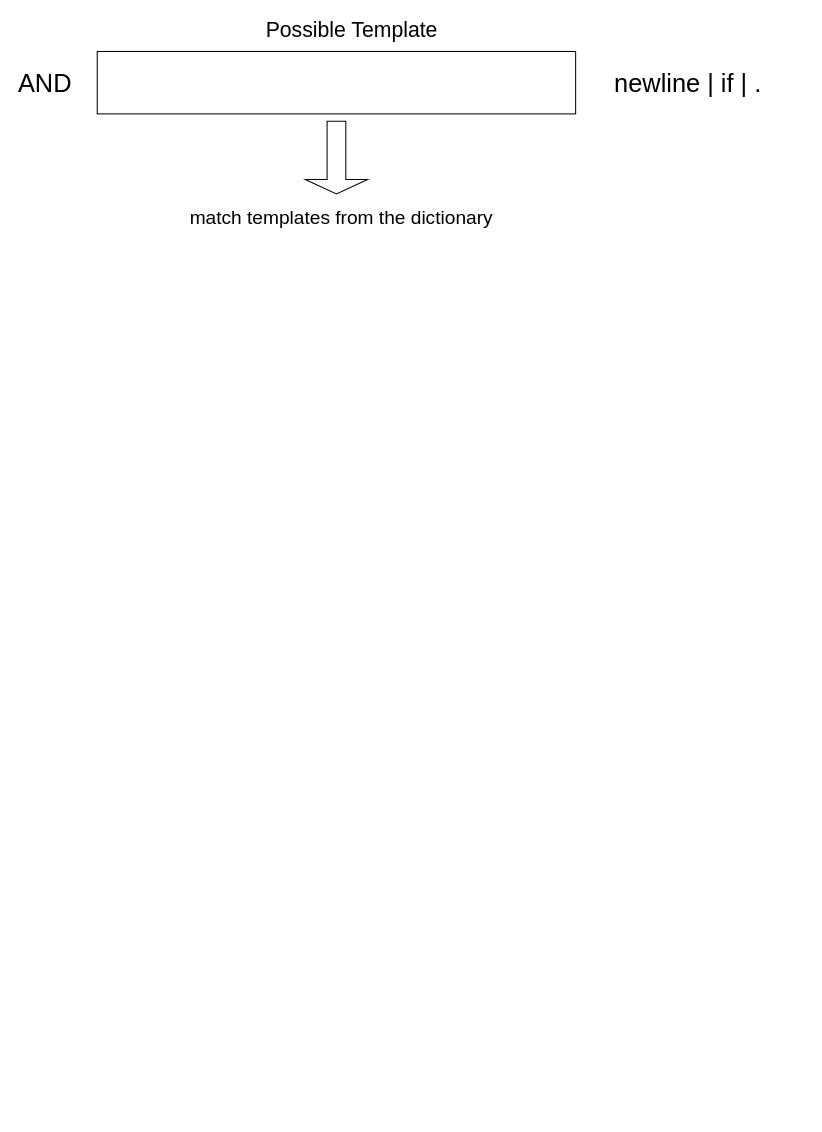
Before: evolution-of-LE.drawio in jacintodavila/logicacomputacional, a draw.io diagram. Source tidied: cells renumbered, new cells numbered last; positions are measured from the earlier drawing's top-left corner, leaving out a move shared by most shapes. Both pictures are drawn from the tidied source at 104%, with x=0, y=0 at pixel (24, 20).
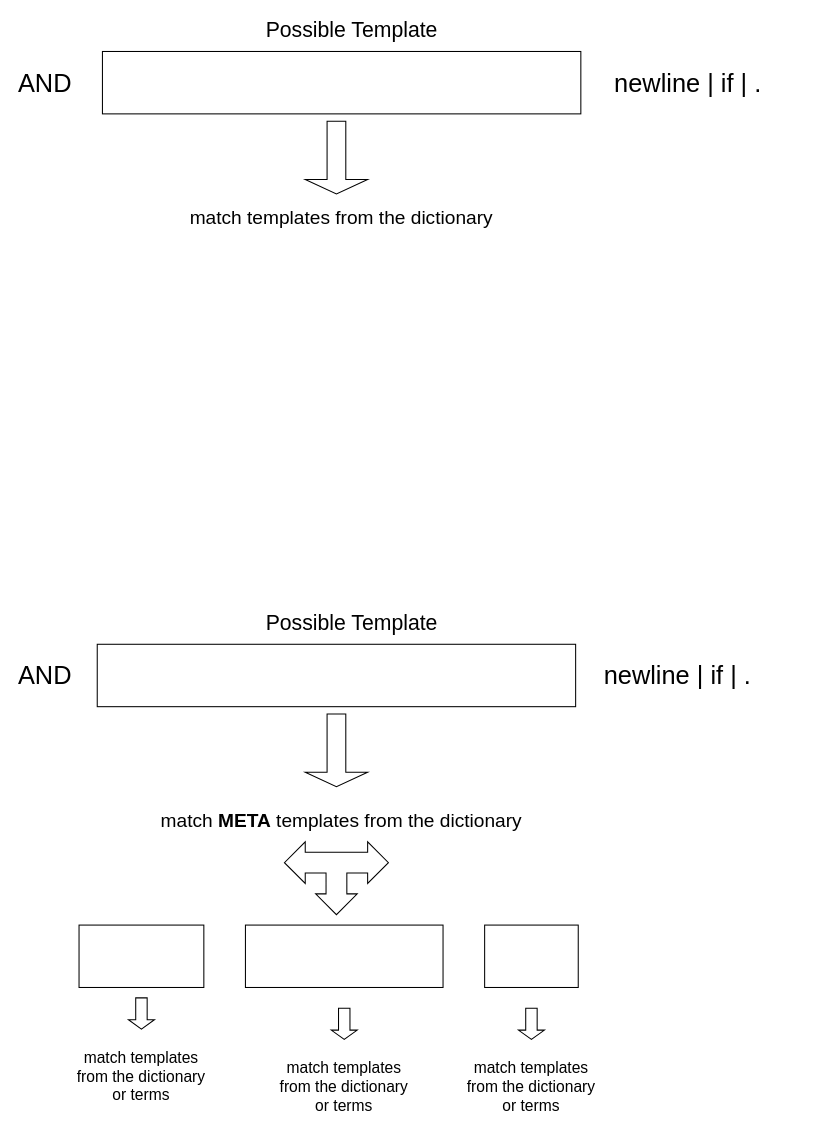
Above is the later version.

The edit, as a diff of the source:
```diff
@@
     <mxCell id="3" style="rounded=0;whiteSpace=wrap;html=1;" parent="1" vertex="1">
-      <mxGeometry x="70" y="30" width="460" height="60" as="geometry" />
+      <mxGeometry x="75" y="30" width="460" height="60" as="geometry" />
     </mxCell>
@@
+    <mxCell id="8" value="&lt;div style=&quot;font-size: 24.4px&quot;&gt;&lt;font style=&quot;font-size: 24.4px&quot;&gt;AND&lt;/font&gt;&lt;/div&gt;" style="text;html=1;strokeColor=none;fillColor=none;align=center;verticalAlign=middle;whiteSpace=wrap;rounded=0;" parent="1" vertex="1">
+      <mxGeometry y="620" width="40" height="20" as="geometry" />
+    </mxCell>
+    <mxCell id="9" style="rounded=0;whiteSpace=wrap;html=1;" parent="1" vertex="1">
+      <mxGeometry x="70" y="600" width="460" height="60" as="geometry" />
+    </mxCell>
+    <mxCell id="10" value="&lt;font style=&quot;font-size: 20.4px&quot;&gt;Possible Template&lt;/font&gt;" style="text;html=1;strokeColor=none;fillColor=none;align=center;verticalAlign=middle;whiteSpace=wrap;rounded=0;" parent="1" vertex="1">
+      <mxGeometry x="150" y="570" width="330" height="20" as="geometry" />
+    </mxCell>
+    <mxCell id="11" value="&lt;font style=&quot;font-size: 24.4px&quot;&gt;newline | if | . &amp;nbsp; &lt;/font&gt;" style="text;html=1;strokeColor=none;fillColor=none;align=center;verticalAlign=middle;whiteSpace=wrap;rounded=0;" parent="1" vertex="1">
+      <mxGeometry x="530" y="620" width="210" height="20" as="geometry" />
+    </mxCell>
+    <mxCell id="12" value="&lt;div style=&quot;font-size: 18.4px&quot;&gt;&lt;font style=&quot;font-size: 18.4px&quot;&gt;match &lt;b&gt;META&lt;/b&gt; templates from the dictionary&lt;/font&gt;&lt;/div&gt;" style="text;html=1;strokeColor=none;fillColor=none;align=center;verticalAlign=middle;whiteSpace=wrap;rounded=0;" parent="1" vertex="1">
+      <mxGeometry x="85" y="760" width="440" height="20" as="geometry" />
+    </mxCell>
+    <mxCell id="13" style="shape=singleArrow;direction=south;whiteSpace=wrap;html=1;" parent="1" vertex="1">
+      <mxGeometry x="270" y="667" width="60" height="70" as="geometry" />
+    </mxCell>
+    <mxCell id="14" style="rounded=0;whiteSpace=wrap;html=1;" parent="1" vertex="1">
+      <mxGeometry x="52.5" y="870" width="120" height="60" as="geometry" />
+    </mxCell>
+    <mxCell id="15" style="rounded=0;whiteSpace=wrap;html=1;" parent="1" vertex="1">
+      <mxGeometry x="212.5" y="870" width="190" height="60" as="geometry" />
+    </mxCell>
+    <mxCell id="16" style="rounded=0;whiteSpace=wrap;html=1;" parent="1" vertex="1">
+      <mxGeometry x="442.5" y="870" width="90" height="60" as="geometry" />
+    </mxCell>
+    <mxCell id="17" value="&lt;div style=&quot;font-size: 15px&quot;&gt;&lt;font style=&quot;font-size: 15px&quot;&gt;match templates from the dictionary&lt;/font&gt;&lt;/div&gt;&lt;div style=&quot;font-size: 15px&quot;&gt;&lt;font style=&quot;font-size: 15px&quot;&gt;or terms&lt;br&gt;&lt;/font&gt;&lt;/div&gt;" style="text;html=1;strokeColor=none;fillColor=none;align=center;verticalAlign=middle;whiteSpace=wrap;rounded=0;" parent="1" vertex="1">
+      <mxGeometry x="45" y="990" width="135" height="50" as="geometry" />
+    </mxCell>
+    <mxCell id="18" style="shape=singleArrow;direction=south;whiteSpace=wrap;html=1;arrowWidth=0.44;arrowSize=0.3;" parent="1" vertex="1">
+      <mxGeometry x="100" y="940" width="25" height="30" as="geometry" />
+    </mxCell>
+    <mxCell id="19" value="&lt;div style=&quot;font-size: 15px&quot;&gt;&lt;font style=&quot;font-size: 15px&quot;&gt;match templates from the dictionary or terms&lt;br&gt;&lt;/font&gt;&lt;/div&gt;" style="text;html=1;strokeColor=none;fillColor=none;align=center;verticalAlign=middle;whiteSpace=wrap;rounded=0;" parent="1" vertex="1">
+      <mxGeometry x="240" y="1000" width="135" height="50" as="geometry" />
+    </mxCell>
+    <mxCell id="20" style="shape=singleArrow;direction=south;whiteSpace=wrap;html=1;arrowWidth=0.44;arrowSize=0.3;" parent="1" vertex="1">
+      <mxGeometry x="295" y="950" width="25" height="30" as="geometry" />
+    </mxCell>
+    <mxCell id="21" value="&lt;div style=&quot;font-size: 15px&quot;&gt;&lt;font style=&quot;font-size: 15px&quot;&gt;match templates from the dictionary or terms&lt;br&gt;&lt;/font&gt;&lt;/div&gt;" style="text;html=1;strokeColor=none;fillColor=none;align=center;verticalAlign=middle;whiteSpace=wrap;rounded=0;" parent="1" vertex="1">
+      <mxGeometry x="420" y="1000" width="135" height="50" as="geometry" />
+    </mxCell>
+    <mxCell id="22" style="shape=singleArrow;direction=south;whiteSpace=wrap;html=1;arrowWidth=0.44;arrowSize=0.3;" parent="1" vertex="1">
+      <mxGeometry x="475" y="950" width="25" height="30" as="geometry" />
+    </mxCell>
+    <mxCell id="23" style="html=1;shadow=0;dashed=0;align=center;verticalAlign=middle;shape=mxgraph.arrows2.triadArrow;dy=10;dx=20;arrowHead=40;rotation=-180;" parent="1" vertex="1">
+      <mxGeometry x="250" y="790" width="100" height="70" as="geometry" />
+    </mxCell>
```
